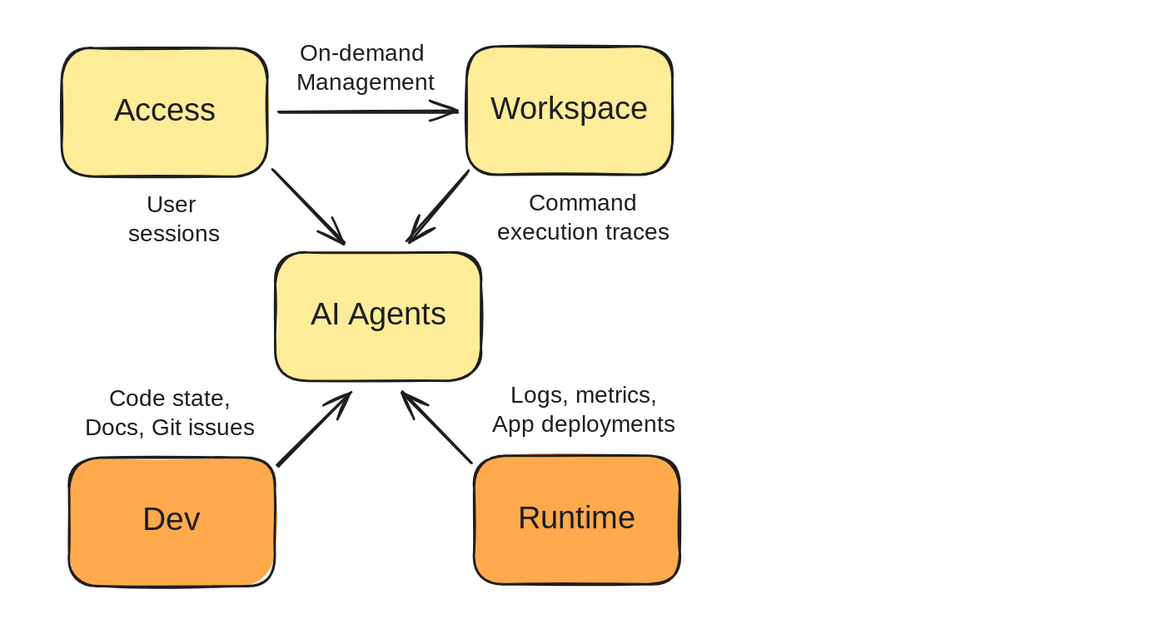
Before: drawings/k8shell-high-level.excalidraw.svg, a diagram exported from Excalidraw (k8shell-io/docs). Source tidied: one line per element, renumbered; positions are measured from the earlier drawing's top-left corner, leaving out a move shared by most shapes. Source of this version:
```json
{"id": 0, "type": "rectangle", "strokeColor": "#1e1e1e", "backgroundColor": "#ffec99", "fillStyle": "solid", "strokeWidth": 2, "roughness": 1, "round": true, "x": 0, "y": 7, "width": 176, "height": 110}
{"id": 1, "type": "text", "text": "Access", "strokeColor": "#1e1e1e", "strokeWidth": 2, "roughness": 1, "fontSize": 27.29, "fontFamily": 5, "textAlign": "center", "verticalAlign": "middle", "inside": 0, "x": 43, "y": 45, "width": 90, "height": 34}
{"id": 2, "type": "rectangle", "strokeColor": "#1e1e1e", "backgroundColor": "#ffec99", "fillStyle": "solid", "strokeWidth": 2, "roughness": 1, "round": true, "x": 347, "y": 5, "width": 176, "height": 110}
{"id": 3, "type": "text", "text": "Workspace", "strokeColor": "#1e1e1e", "strokeWidth": 2, "roughness": 1, "fontSize": 27.29, "fontFamily": 5, "textAlign": "center", "verticalAlign": "middle", "inside": 2, "x": 368, "y": 43, "width": 136, "height": 34}
{"id": 4, "type": "rectangle", "strokeColor": "#1e1e1e", "backgroundColor": "#ffec99", "fillStyle": "solid", "strokeWidth": 2, "roughness": 1, "round": true, "x": 183, "y": 182, "width": 176, "height": 110}
{"id": 5, "type": "text", "text": "AI Agents", "strokeColor": "#1e1e1e", "strokeWidth": 2, "roughness": 1, "fontSize": 27.29, "fontFamily": 5, "textAlign": "center", "verticalAlign": "middle", "inside": 4, "x": 203, "y": 220, "width": 137, "height": 34}
{"id": 6, "type": "arrow", "strokeColor": "#1e1e1e", "strokeWidth": 2, "roughness": 1, "endArrowhead": "arrow", "round": true, "from": 0, "to": 2, "x": 186, "y": 61, "width": 153, "height": 0, "points": [[0, 0], [153, 0]]}
{"id": 7, "type": "arrow", "strokeColor": "#1e1e1e", "strokeWidth": 2, "roughness": 1, "endArrowhead": "arrow", "round": true, "from": 2, "to": 4, "x": 349, "y": 112, "width": 52, "height": 60, "points": [[0, 0], [-52, 60]]}
{"id": 8, "type": "arrow", "strokeColor": "#1e1e1e", "strokeWidth": 2, "roughness": 1, "endArrowhead": "arrow", "round": true, "from": 0, "to": 4, "x": 181, "y": 111, "width": 61, "height": 63, "points": [[0, 0], [61, 63]]}
{"id": 9, "type": "rectangle", "strokeColor": "#1e1e1e", "backgroundColor": "#ffa94d", "fillStyle": "solid", "strokeWidth": 2, "roughness": 1, "round": true, "x": 6, "y": 358, "width": 176, "height": 110}
{"id": 10, "type": "text", "text": "Dev", "strokeColor": "#1e1e1e", "strokeWidth": 2, "roughness": 1, "fontSize": 28, "fontFamily": 5, "textAlign": "center", "verticalAlign": "middle", "inside": 9, "x": 69, "y": 396, "width": 52, "height": 35}
{"id": 11, "type": "rectangle", "strokeColor": "#1e1e1e", "backgroundColor": "#ffa94d", "fillStyle": "solid", "strokeWidth": 2, "roughness": 1, "round": true, "x": 354, "y": 357, "width": 176, "height": 110}
{"id": 12, "type": "text", "text": "Runtime", "strokeColor": "#1e1e1e", "strokeWidth": 2, "roughness": 1, "fontSize": 27.29, "fontFamily": 5, "textAlign": "center", "verticalAlign": "middle", "inside": 11, "x": 390, "y": 395, "width": 104, "height": 34}
{"id": 13, "type": "arrow", "strokeColor": "#1e1e1e", "strokeWidth": 2, "roughness": 1, "endArrowhead": "arrow", "round": true, "from": 9, "to": 4, "x": 186, "y": 367, "width": 63, "height": 63, "points": [[0, 0], [63, -63]]}
{"id": 14, "type": "arrow", "strokeColor": "#1e1e1e", "strokeWidth": 2, "roughness": 1, "endArrowhead": "arrow", "round": true, "from": 11, "to": 4, "x": 351, "y": 362, "width": 59, "height": 59, "points": [[0, 0], [-59, -59]]}
{"id": 15, "type": "text", "text": "On-demand \nManagement", "strokeColor": "#1e1e1e", "backgroundColor": "#ffa94d", "fillStyle": "solid", "strokeWidth": 2, "roughness": 1, "fontSize": 20, "fontFamily": 5, "textAlign": "center", "x": 203, "y": 0, "width": 116, "height": 50}
{"id": 16, "type": "text", "text": "User \nsessions", "strokeColor": "#1e1e1e", "backgroundColor": "#ffa94d", "fillStyle": "solid", "strokeWidth": 2, "roughness": 1, "fontSize": 20, "fontFamily": 5, "textAlign": "center", "x": 56, "y": 130, "width": 82, "height": 50}
{"id": 17, "type": "text", "text": "Command\nexecution traces", "strokeColor": "#1e1e1e", "backgroundColor": "#ffa94d", "fillStyle": "solid", "strokeWidth": 2, "roughness": 1, "fontSize": 20, "fontFamily": 5, "textAlign": "center", "x": 366, "y": 128, "width": 162, "height": 50}
{"id": 18, "type": "text", "text": "Code state,\nDocs, Git issues", "strokeColor": "#1e1e1e", "backgroundColor": "#ffa94d", "fillStyle": "solid", "strokeWidth": 2, "roughness": 1, "fontSize": 20, "fontFamily": 5, "textAlign": "center", "x": 13, "y": 296, "width": 160, "height": 50}
{"id": 19, "type": "text", "text": "Logs, metrics,\nApp deployments", "strokeColor": "#1e1e1e", "backgroundColor": "#ffa94d", "fillStyle": "solid", "strokeWidth": 2, "roughness": 1, "fontSize": 20, "fontFamily": 5, "textAlign": "center", "x": 368, "y": 293, "width": 160, "height": 50}
```
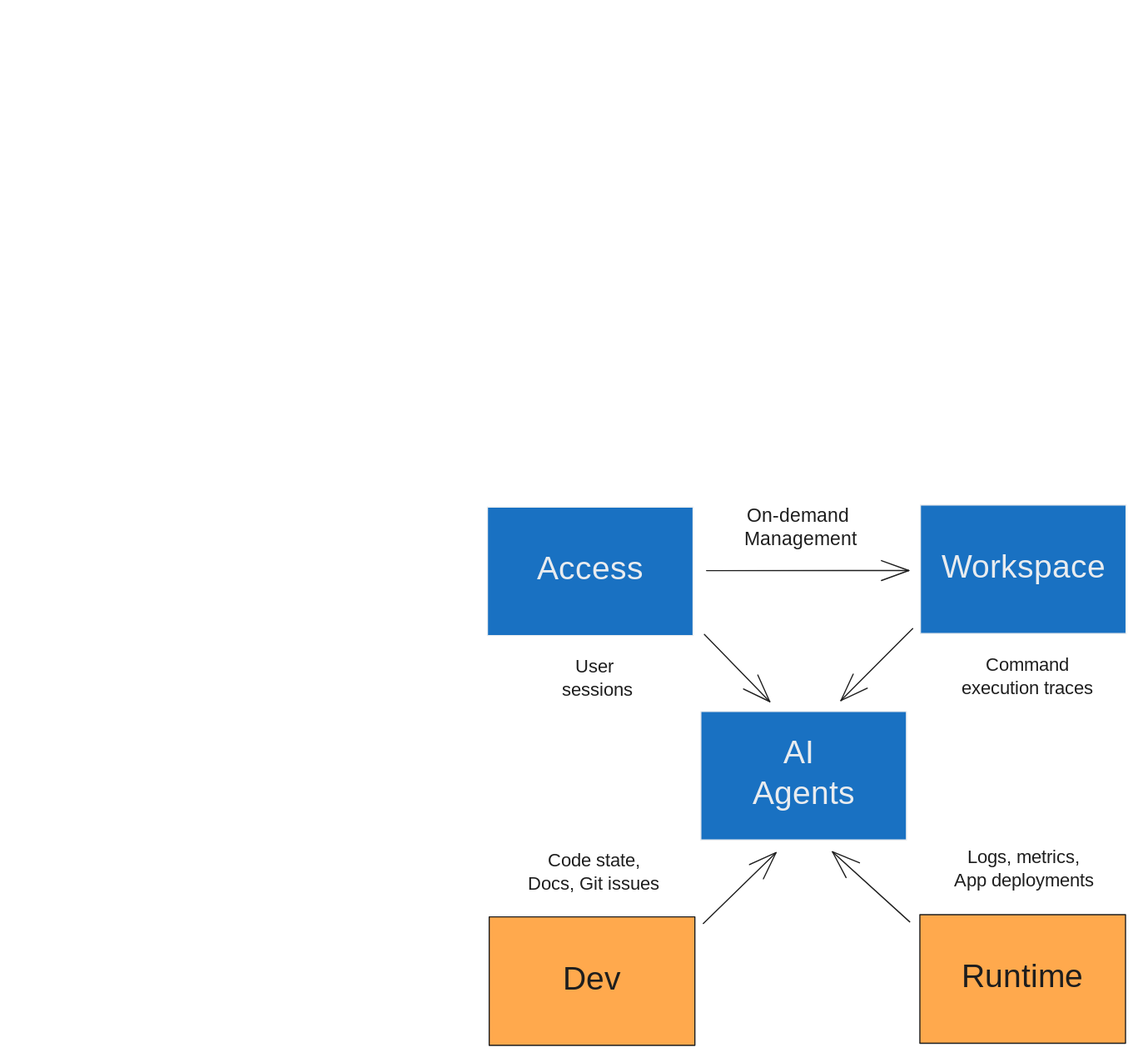
The same file after the commit.

What changed in the source:
```diff
@@ -1,20 +1,20 @@
-{"id": 0, "type": "rectangle", "strokeColor": "#1e1e1e", "backgroundColor": "#ffec99", "fillStyle": "solid", "strokeWidth": 2, "roughness": 1, "round": true, "x": 0, "y": 7, "width": 176, "height": 110}
+{"id": 0, "type": "rectangle", "strokeColor": "#e9ecef", "backgroundColor": "#1971c2", "fillStyle": "solid", "strokeWidth": 1, "roughness": 0, "x": 359, "y": -7, "width": 176, "height": 110}
-{"id": 1, "type": "text", "text": "Access", "strokeColor": "#1e1e1e", "strokeWidth": 2, "roughness": 1, "fontSize": 27.29, "fontFamily": 5, "textAlign": "center", "verticalAlign": "middle", "inside": 0, "x": 43, "y": 45, "width": 90, "height": 34}
+{"id": 1, "type": "text", "text": "Access", "strokeColor": "#e9ecef", "strokeWidth": 2, "roughness": 1, "fontSize": 28, "fontFamily": 8, "textAlign": "center", "verticalAlign": "middle", "inside": 0, "x": 401, "y": 31, "width": 92, "height": 35}
-{"id": 2, "type": "rectangle", "strokeColor": "#1e1e1e", "backgroundColor": "#ffec99", "fillStyle": "solid", "strokeWidth": 2, "roughness": 1, "round": true, "x": 347, "y": 5, "width": 176, "height": 110}
+{"id": 2, "type": "rectangle", "strokeColor": "#e9ecef", "backgroundColor": "#1971c2", "fillStyle": "solid", "strokeWidth": 1, "roughness": 0, "x": 731, "y": -8, "width": 176, "height": 110}
-{"id": 3, "type": "text", "text": "Workspace", "strokeColor": "#1e1e1e", "strokeWidth": 2, "roughness": 1, "fontSize": 27.29, "fontFamily": 5, "textAlign": "center", "verticalAlign": "middle", "inside": 2, "x": 368, "y": 43, "width": 136, "height": 34}
+{"id": 3, "type": "text", "text": "Workspace", "strokeColor": "#e9ecef", "strokeWidth": 2, "roughness": 1, "fontSize": 28, "fontFamily": 8, "textAlign": "center", "verticalAlign": "middle", "inside": 2, "x": 750, "y": 29, "width": 139, "height": 35}
-{"id": 4, "type": "rectangle", "strokeColor": "#1e1e1e", "backgroundColor": "#ffec99", "fillStyle": "solid", "strokeWidth": 2, "roughness": 1, "round": true, "x": 183, "y": 182, "width": 176, "height": 110}
+{"id": 4, "type": "rectangle", "strokeColor": "#e9ecef", "backgroundColor": "#1971c2", "fillStyle": "solid", "strokeWidth": 1, "roughness": 0, "x": 542, "y": 169, "width": 176, "height": 110}
-{"id": 5, "type": "text", "text": "AI Agents", "strokeColor": "#1e1e1e", "strokeWidth": 2, "roughness": 1, "fontSize": 27.29, "fontFamily": 5, "textAlign": "center", "verticalAlign": "middle", "inside": 4, "x": 203, "y": 220, "width": 137, "height": 34}
+{"id": 5, "type": "text", "text": "AI \nAgents", "strokeColor": "#e9ecef", "strokeWidth": 2, "roughness": 1, "fontSize": 28, "fontFamily": 8, "textAlign": "center", "verticalAlign": "middle", "inside": 4, "x": 584, "y": 189, "width": 92, "height": 70}
-{"id": 6, "type": "arrow", "strokeColor": "#1e1e1e", "strokeWidth": 2, "roughness": 1, "endArrowhead": "arrow", "round": true, "from": 0, "to": 2, "x": 186, "y": 61, "width": 153, "height": 0, "points": [[0, 0], [153, 0]]}
+{"id": 6, "type": "arrow", "strokeColor": "#1e1e1e", "strokeWidth": 1, "roughness": 0, "endArrowhead": "arrow", "from": 0, "to": 2, "x": 547, "y": 48, "width": 174, "height": 0, "points": [[0, 0], [174, 0]]}
-{"id": 7, "type": "arrow", "strokeColor": "#1e1e1e", "strokeWidth": 2, "roughness": 1, "endArrowhead": "arrow", "round": true, "from": 2, "to": 4, "x": 349, "y": 112, "width": 52, "height": 60, "points": [[0, 0], [-52, 60]]}
+{"id": 7, "type": "arrow", "strokeColor": "#1e1e1e", "strokeWidth": 1, "roughness": 0, "endArrowhead": "arrow", "from": 2, "to": 4, "x": 724, "y": 98, "width": 62, "height": 62, "points": [[0, 0], [-62, 62]]}
-{"id": 8, "type": "arrow", "strokeColor": "#1e1e1e", "strokeWidth": 2, "roughness": 1, "endArrowhead": "arrow", "round": true, "from": 0, "to": 4, "x": 181, "y": 111, "width": 61, "height": 63, "points": [[0, 0], [61, 63]]}
+{"id": 8, "type": "arrow", "strokeColor": "#1e1e1e", "strokeWidth": 1, "roughness": 0, "endArrowhead": "arrow", "from": 0, "to": 4, "x": 545, "y": 103, "width": 56, "height": 58, "points": [[0, 0], [56, 58]]}
-{"id": 9, "type": "rectangle", "strokeColor": "#1e1e1e", "backgroundColor": "#ffa94d", "fillStyle": "solid", "strokeWidth": 2, "roughness": 1, "round": true, "x": 6, "y": 358, "width": 176, "height": 110}
+{"id": 9, "type": "rectangle", "strokeColor": "#1e1e1e", "backgroundColor": "#ffa94d", "fillStyle": "solid", "strokeWidth": 1, "roughness": 0, "x": 361, "y": 345, "width": 176, "height": 110}
-{"id": 10, "type": "text", "text": "Dev", "strokeColor": "#1e1e1e", "strokeWidth": 2, "roughness": 1, "fontSize": 28, "fontFamily": 5, "textAlign": "center", "verticalAlign": "middle", "inside": 9, "x": 69, "y": 396, "width": 52, "height": 35}
+{"id": 10, "type": "text", "text": "Dev", "strokeColor": "#1e1e1e", "strokeWidth": 2, "roughness": 1, "fontSize": 28, "fontFamily": 8, "textAlign": "center", "verticalAlign": "middle", "inside": 9, "x": 426, "y": 383, "width": 46, "height": 35}
-{"id": 11, "type": "rectangle", "strokeColor": "#1e1e1e", "backgroundColor": "#ffa94d", "fillStyle": "solid", "strokeWidth": 2, "roughness": 1, "round": true, "x": 354, "y": 357, "width": 176, "height": 110}
+{"id": 11, "type": "rectangle", "strokeColor": "#1e1e1e", "backgroundColor": "#ffa94d", "fillStyle": "solid", "strokeWidth": 1, "roughness": 0, "x": 730, "y": 343, "width": 176, "height": 110}
-{"id": 12, "type": "text", "text": "Runtime", "strokeColor": "#1e1e1e", "strokeWidth": 2, "roughness": 1, "fontSize": 27.29, "fontFamily": 5, "textAlign": "center", "verticalAlign": "middle", "inside": 11, "x": 390, "y": 395, "width": 104, "height": 34}
+{"id": 12, "type": "text", "text": "Runtime", "strokeColor": "#1e1e1e", "strokeWidth": 2, "roughness": 1, "fontSize": 28, "fontFamily": 8, "textAlign": "center", "verticalAlign": "middle", "inside": 11, "x": 765, "y": 381, "width": 108, "height": 35}
-{"id": 13, "type": "arrow", "strokeColor": "#1e1e1e", "strokeWidth": 2, "roughness": 1, "endArrowhead": "arrow", "round": true, "from": 9, "to": 4, "x": 186, "y": 367, "width": 63, "height": 63, "points": [[0, 0], [63, -63]]}
+{"id": 13, "type": "arrow", "strokeColor": "#1e1e1e", "strokeWidth": 1, "roughness": 0, "endArrowhead": "arrow", "from": 9, "to": 4, "x": 544, "y": 351, "width": 62, "height": 61, "points": [[0, 0], [62, -61]]}
-{"id": 14, "type": "arrow", "strokeColor": "#1e1e1e", "strokeWidth": 2, "roughness": 1, "endArrowhead": "arrow", "round": true, "from": 11, "to": 4, "x": 351, "y": 362, "width": 59, "height": 59, "points": [[0, 0], [-59, -59]]}
+{"id": 14, "type": "arrow", "strokeColor": "#1e1e1e", "strokeWidth": 1, "roughness": 0, "endArrowhead": "arrow", "from": 11, "to": 4, "x": 721, "y": 350, "width": 66, "height": 60, "points": [[0, 0], [-66, -60]]}
-{"id": 15, "type": "text", "text": "On-demand \nManagement", "strokeColor": "#1e1e1e", "backgroundColor": "#ffa94d", "fillStyle": "solid", "strokeWidth": 2, "roughness": 1, "fontSize": 20, "fontFamily": 5, "textAlign": "center", "x": 203, "y": 0, "width": 116, "height": 50}
+{"id": 15, "type": "text", "text": "On-demand \nManagement", "strokeColor": "#1e1e1e", "backgroundColor": "#ffa94d", "fillStyle": "solid", "strokeWidth": 1, "roughness": 0, "fontSize": 16.18, "fontFamily": 8, "textAlign": "center", "x": 583, "y": -8, "width": 89, "height": 40}
-{"id": 16, "type": "text", "text": "User \nsessions", "strokeColor": "#1e1e1e", "backgroundColor": "#ffa94d", "fillStyle": "solid", "strokeWidth": 2, "roughness": 1, "fontSize": 20, "fontFamily": 5, "textAlign": "center", "x": 56, "y": 130, "width": 82, "height": 50}
+{"id": 16, "type": "text", "text": "User \nsessions", "strokeColor": "#1e1e1e", "backgroundColor": "#ffa94d", "fillStyle": "solid", "strokeWidth": 1, "roughness": 0, "fontSize": 16, "fontFamily": 8, "textAlign": "center", "x": 418, "y": 122, "width": 70, "height": 40}
-{"id": 17, "type": "text", "text": "Command\nexecution traces", "strokeColor": "#1e1e1e", "backgroundColor": "#ffa94d", "fillStyle": "solid", "strokeWidth": 2, "roughness": 1, "fontSize": 20, "fontFamily": 5, "textAlign": "center", "x": 366, "y": 128, "width": 162, "height": 50}
+{"id": 17, "type": "text", "text": "Command\nexecution traces", "strokeColor": "#1e1e1e", "backgroundColor": "#ffa94d", "fillStyle": "solid", "strokeWidth": 1, "roughness": 0, "fontSize": 16, "fontFamily": 8, "textAlign": "center", "x": 752, "y": 120, "width": 141, "height": 40}
-{"id": 18, "type": "text", "text": "Code state,\nDocs, Git issues", "strokeColor": "#1e1e1e", "backgroundColor": "#ffa94d", "fillStyle": "solid", "strokeWidth": 2, "roughness": 1, "fontSize": 20, "fontFamily": 5, "textAlign": "center", "x": 13, "y": 296, "width": 160, "height": 50}
+{"id": 18, "type": "text", "text": "Code state,\nDocs, Git issues", "strokeColor": "#1e1e1e", "backgroundColor": "#ffa94d", "fillStyle": "solid", "strokeWidth": 1, "roughness": 0, "fontSize": 16, "fontFamily": 8, "textAlign": "center", "x": 380, "y": 288, "width": 141, "height": 40}
-{"id": 19, "type": "text", "text": "Logs, metrics,\nApp deployments", "strokeColor": "#1e1e1e", "backgroundColor": "#ffa94d", "fillStyle": "solid", "strokeWidth": 2, "roughness": 1, "fontSize": 20, "fontFamily": 5, "textAlign": "center", "x": 368, "y": 293, "width": 160, "height": 50}
+{"id": 19, "type": "text", "text": "Logs, metrics,\nApp deployments", "strokeColor": "#1e1e1e", "backgroundColor": "#ffa94d", "fillStyle": "solid", "strokeWidth": 1, "roughness": 0, "fontSize": 16, "fontFamily": 8, "textAlign": "center", "x": 753, "y": 285, "width": 132, "height": 40}
```
